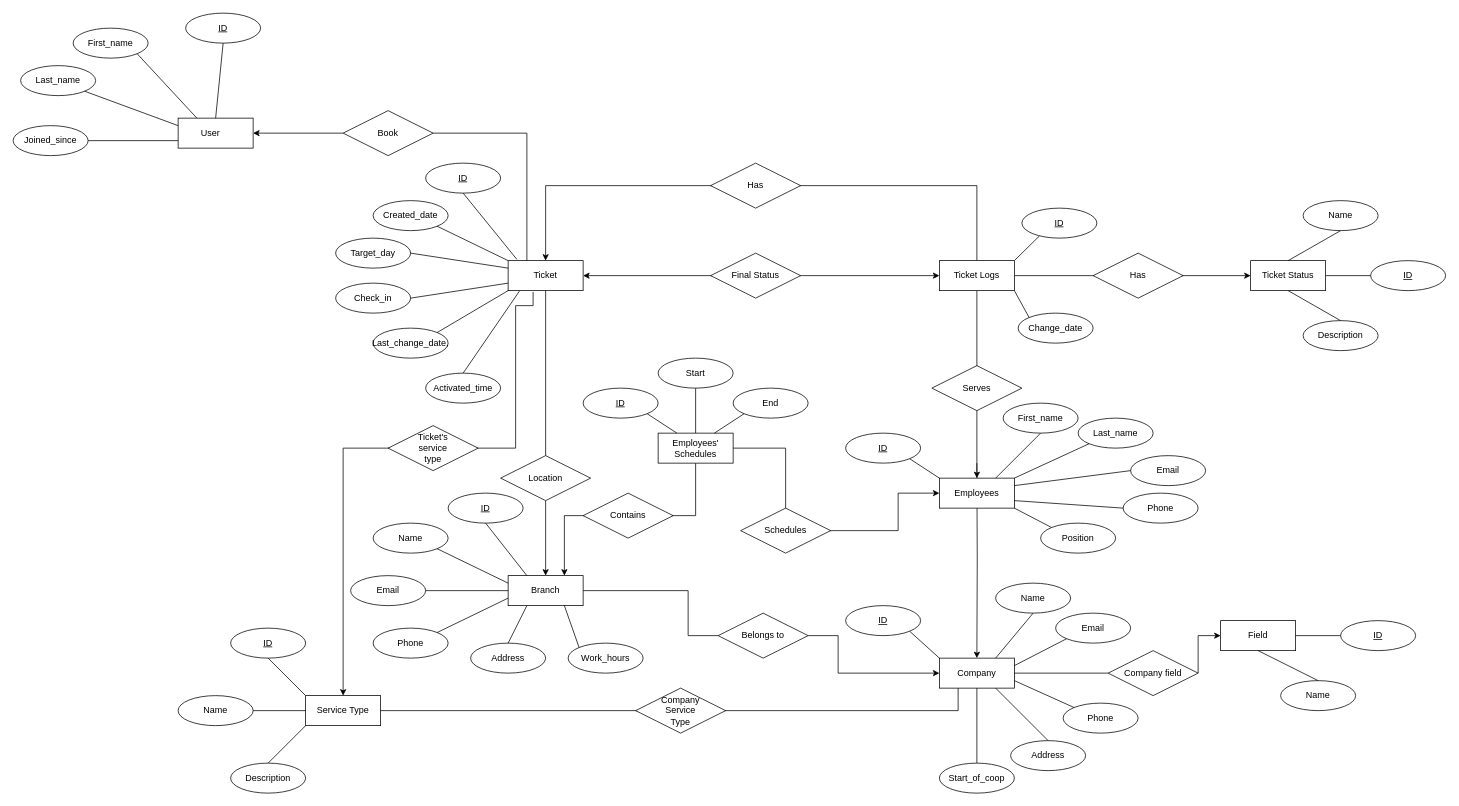
Before: newesy vers.drawio in MovsisyanM/DB-Queues, a draw.io diagram. Source tidied: cells renumbered, new cells numbered last; positions are measured from the earlier drawing's top-left corner, leaving out a move shared by most shapes. Both pictures are drawn from the tidied source at 75%, with x=0, y=0 at pixel (13, 13).
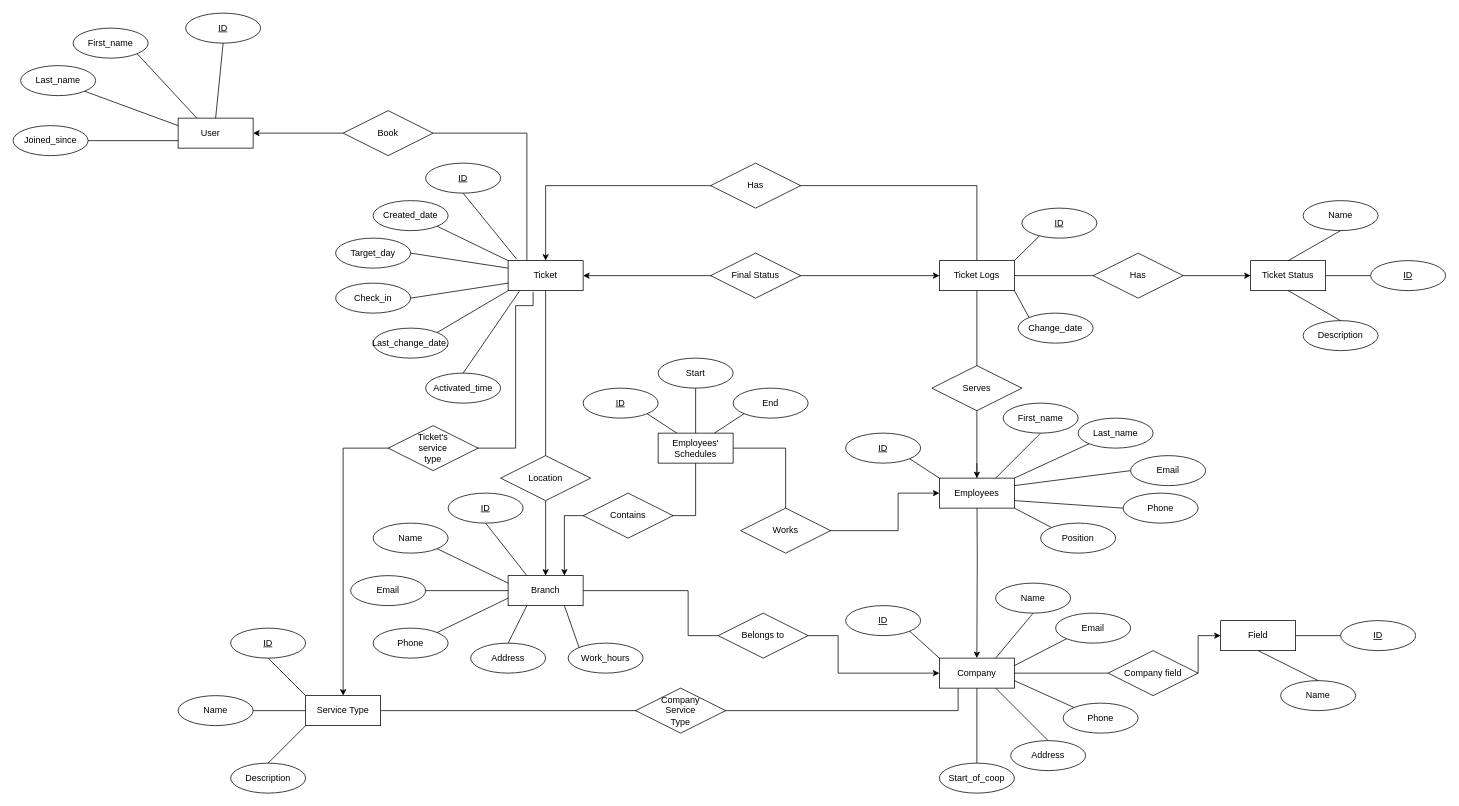
The same page after the edit.

Diff of the diagram source:
```diff
@@
-    <mxCell id="123" value="Schedules" style="shape=rhombus;perimeter=rhombusPerimeter;whiteSpace=wrap;html=1;align=center;" parent="1" vertex="1">
+    <mxCell id="123" value="&lt;div&gt;Works&lt;/div&gt;" style="shape=rhombus;perimeter=rhombusPerimeter;whiteSpace=wrap;html=1;align=center;" parent="1" vertex="1">
       <mxGeometry x="970" y="660" width="120" height="60" as="geometry" />
     </mxCell>
```
